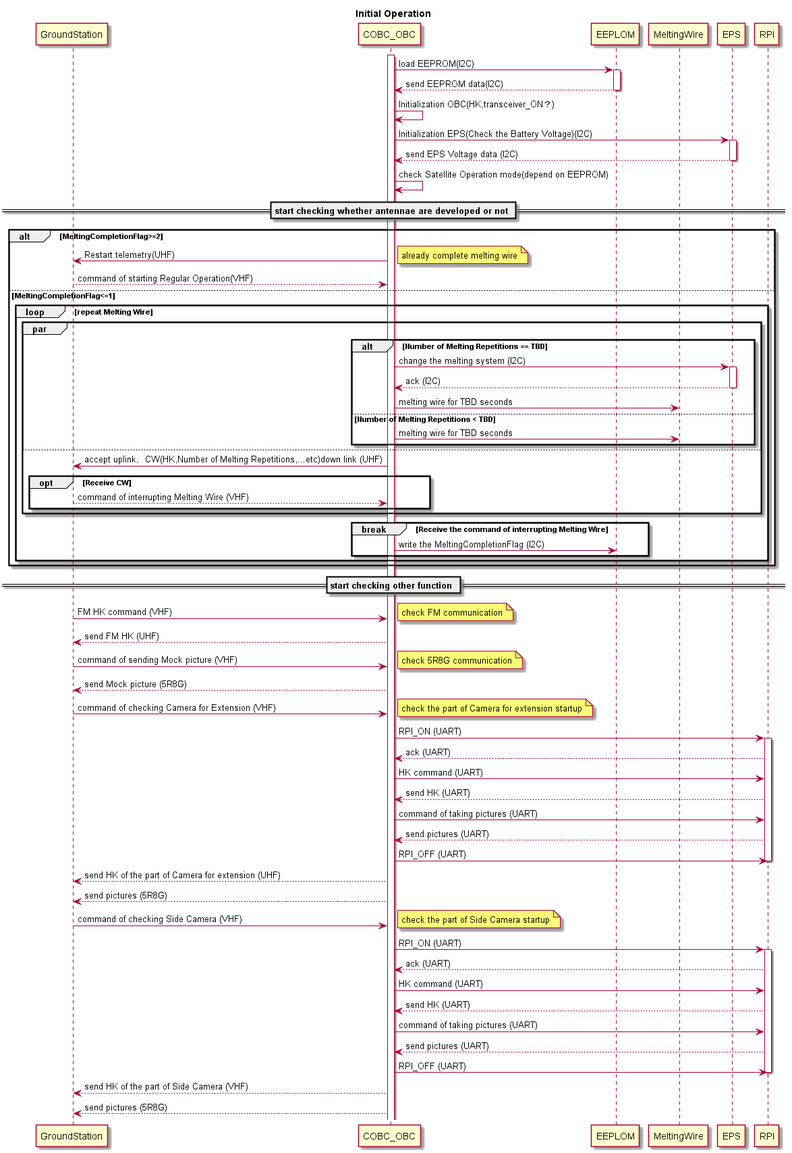
OrigamiSat1Project/Operation_UML keeps this PlantUML diagram as sequence_map/out/plactice/Initial Operation.png. Above is the earlier version.
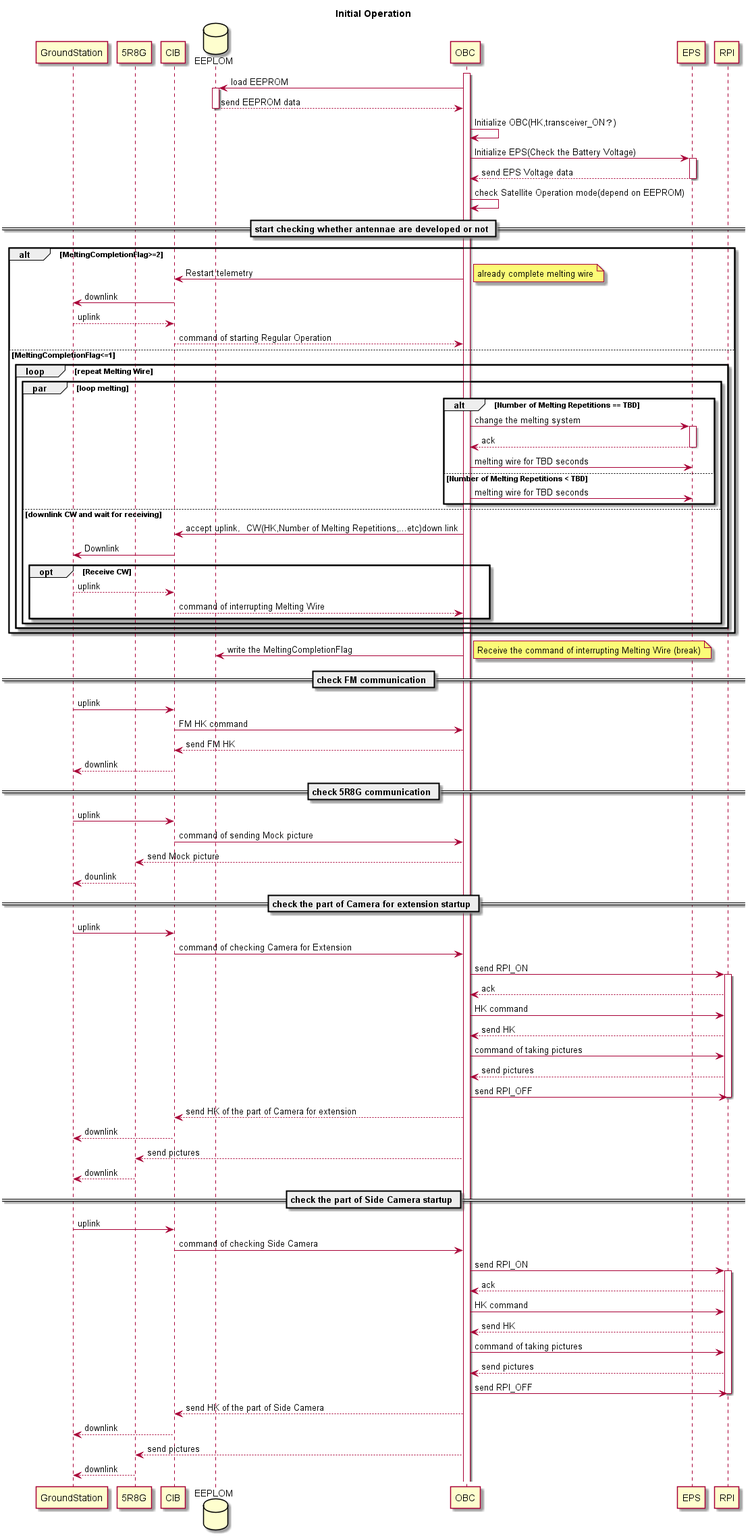
After the commit.

Change to the diagram source:
```diff
@@ -1,94 +1,111 @@
 @startuml
 title Initial Operation
 participant GroundStation
-participant COBC_OBC
-participant EEPLOM
-participant MeltingWire
+participant 5R8G
+participant CIB
+database EEPLOM
+participant OBC
 participant EPS
 participant RPI
 
 
-activate COBC_OBC
+activate OBC
 
-COBC_OBC -> EEPLOM: load EEPROM(I2C)
+OBC -> EEPLOM: load EEPROM
 activate EEPLOM
-EEPLOM --> COBC_OBC: send EEPROM data(I2C)
+EEPLOM --> OBC: send EEPROM data
 deactivate EEPLOM
-COBC_OBC -> COBC_OBC: Initialization OBC(HK,transceiver_ON?)
-COBC_OBC -> EPS: Initialization EPS(Check the Battery Voltage)(I2C)
+OBC -> OBC: Initialize OBC(HK,transceiver_ON?)
+OBC -> EPS: Initialize EPS(Check the Battery Voltage)
 activate EPS
-EPS --> COBC_OBC: send EPS Voltage data (I2C)
+EPS --> OBC: send EPS Voltage data
 deactivate EPS
-COBC_OBC ->COBC_OBC: check Satellite Operation mode(depend on EEPROM)
+OBC ->OBC: check Satellite Operation mode(depend on EEPROM)
 
 == start checking whether antennae are developed or not ==
 
 alt MeltingCompletionFlag>=2
-COBC_OBC -> GroundStation: Restart telemetry(UHF)
+OBC -> CIB: Restart telemetry
 note right: already complete melting wire
-GroundStation --> COBC_OBC: command of starting Regular Operation(VHF)
+CIB -> GroundStation: downlink
+GroundStation --> CIB: uplink
+CIB --> OBC: command of starting Regular Operation
 else MeltingCompletionFlag<=1
 loop repeat Melting Wire
-par
+par loop melting
 alt Number of Melting Repetitions == TBD
-COBC_OBC -> EPS: change the melting system (I2C)
+OBC -> EPS: change the melting system
 activate EPS
-EPS --> COBC_OBC: ack (I2C)
+EPS --> OBC: ack
 deactivate EPS
-COBC_OBC -> MeltingWire: melting wire for TBD seconds
+OBC -> EPS: melting wire for TBD seconds
 else Number of Melting Repetitions < TBD
-COBC_OBC -> MeltingWire: melting wire for TBD seconds
+OBC -> EPS: melting wire for TBD seconds
 end
-else
-COBC_OBC -> GroundStation: accept uplink?CW(HK,Number of Melting Repetitions,...etc)down link (UHF)
+else downlink CW and wait for receiving
+OBC -> CIB: accept uplink?CW(HK,Number of Melting Repetitions,...etc)down link
+CIB -> GroundStation: Downlink
 opt Receive CW
-GroundStation --> COBC_OBC: command of interrupting Melting Wire (VHF)
+GroundStation --> CIB: uplink
+CIB --> OBC:  command of interrupting Melting Wire
 end
-end
-break Receive the command of interrupting Melting Wire
-COBC_OBC -> EEPLOM: write the MeltingCompletionFlag (I2C)
 end
 end
 end
 
-== start checking other function ==
+OBC -> EEPLOM: write the MeltingCompletionFlag
+note right: Receive the command of interrupting Melting Wire (break)
 
-GroundStation -> COBC_OBC : FM HK command (VHF)
-note right: check FM communication
-COBC_OBC --> GroundStation: send FM HK (UHF)
+== check FM communication ==
 
-GroundStation -> COBC_OBC: command of sending Mock picture (VHF)
-note right: check 5R8G communication
-COBC_OBC --> GroundStation: send Mock picture (5R8G)
+GroundStation -> CIB: uplink
+CIB -> OBC : FM HK command
+OBC --> CIB: send FM HK
+CIB --> GroundStation: downlink
 
-GroundStation -> COBC_OBC: command of checking Camera for Extension (VHF)
-note right: check the part of Camera for extension startup
-COBC_OBC -> RPI: RPI_ON (UART)
+== check 5R8G communication ==
+
+GroundStation -> CIB: uplink
+CIB -> OBC: command of sending Mock picture
+OBC --> 5R8G: send Mock picture
+5R8G --> GroundStation: dounlink
+
+== check the part of Camera for extension startup ==
+
+GroundStation -> CIB: uplink
+CIB -> OBC: command of checking Camera for Extension
+OBC -> RPI: send RPI_ON
 activate RPI
-RPI --> COBC_OBC: ack (UART)
-COBC_OBC -> RPI: HK command (UART)
-RPI --> COBC_OBC: send HK (UART)
-COBC_OBC -> RPI: command of taking pictures (UART)
-RPI --> COBC_OBC: send pictures (UART)
-COBC_OBC -> RPI: RPI_OFF (UART)
+RPI --> OBC: ack
+OBC -> RPI: HK command
+RPI --> OBC: send HK
+OBC -> RPI: command of taking pictures
+RPI --> OBC: send pictures
+OBC -> RPI: send RPI_OFF
 deactivate RPI
 
-COBC_OBC --> GroundStation: send HK of the part of Camera for extension (UHF)
-COBC_OBC --> GroundStation: send pictures (5R8G)
+OBC --> CIB: send HK of the part of Camera for extension
+CIB --> GroundStation: downlink
+OBC --> 5R8G: send pictures
+5R8G --> GroundStation: downlink
 
-GroundStation -> COBC_OBC: command of checking Side Camera (VHF)
-note right: check the part of Side Camera startup
-COBC_OBC -> RPI: RPI_ON (UART)
+== check the part of Side Camera startup ==
+
+GroundStation -> CIB: uplink
+CIB -> OBC: command of checking Side Camera
+OBC -> RPI: send RPI_ON
 activate RPI
-RPI --> COBC_OBC: ack (UART)
-COBC_OBC -> RPI: HK command (UART)
-RPI --> COBC_OBC: send HK (UART)
-COBC_OBC -> RPI: command of taking pictures (UART)
-RPI --> COBC_OBC: send pictures (UART)
-COBC_OBC -> RPI: RPI_OFF (UART)
+RPI --> OBC: ack
+OBC -> RPI: HK command
+RPI --> OBC: send HK
+OBC -> RPI: command of taking pictures
+RPI --> OBC: send pictures
+OBC -> RPI: send RPI_OFF
 deactivate RPI
 
-COBC_OBC --> GroundStation: send HK of the part of Side Camera (VHF)
-COBC_OBC --> GroundStation: send pictures (5R8G)
+OBC --> CIB: send HK of the part of Side Camera
+CIB --> GroundStation: downlink
+OBC --> 5R8G: send pictures
+5R8G --> GroundStation:downlink
 
 @enduml
```
